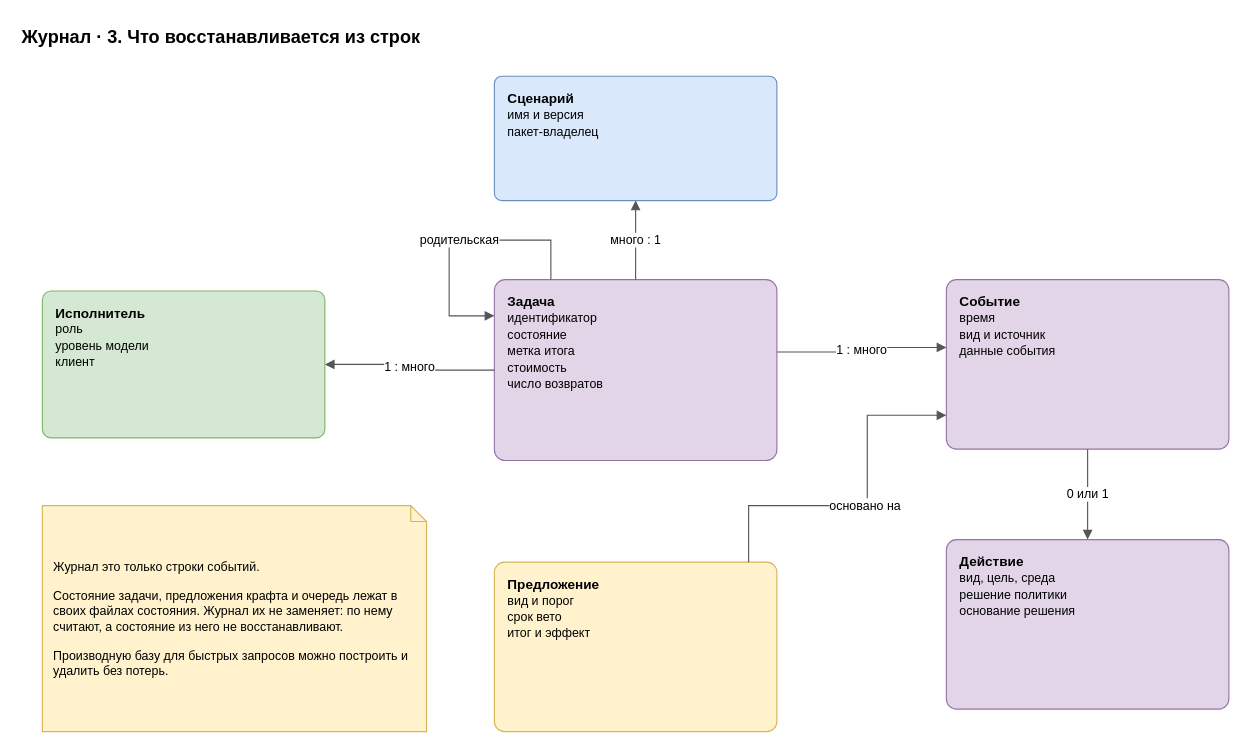
Before: page "3. Связи" (3 of 6) of docs/spec/harness-journal.drawio in roygkov/reins, a draw.io diagram. Source tidied: cells renumbered, new cells numbered last; positions are measured from the earlier drawing's top-left corner, leaving out a move shared by most shapes. Both pictures are drawn from the tidied source at 113%, with x=0, y=0 at pixel (19, 19).
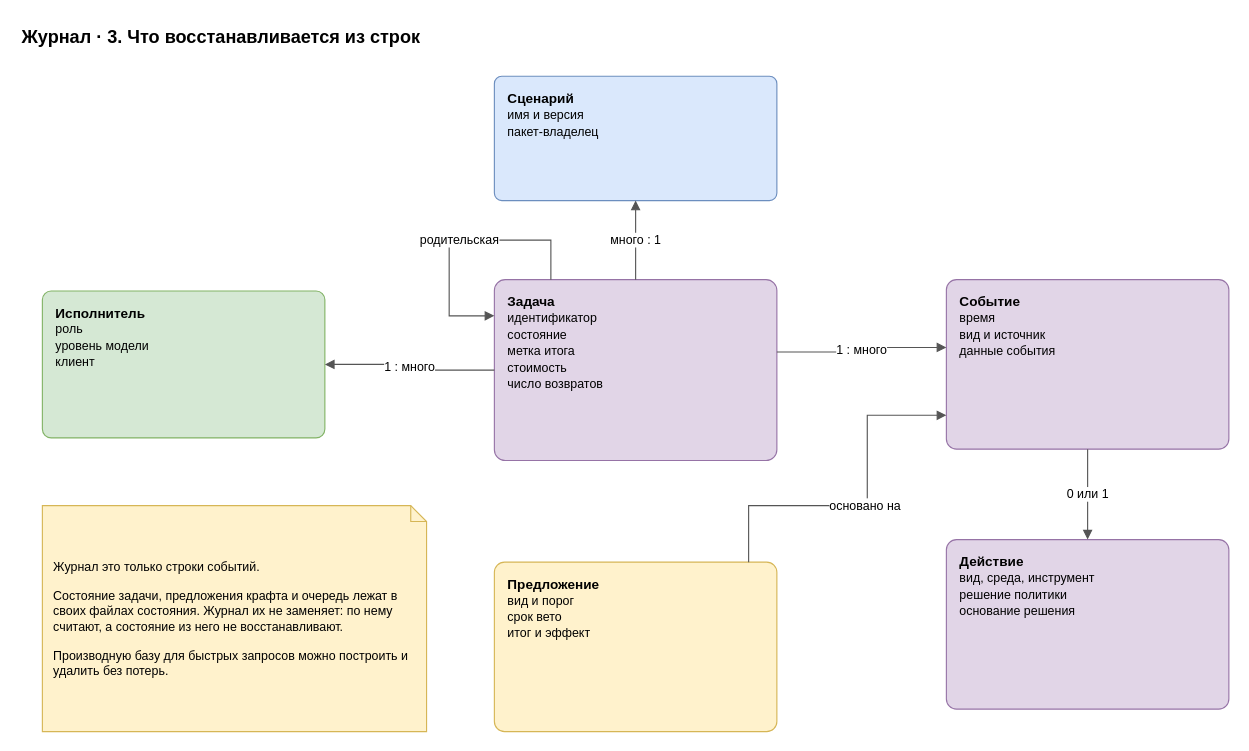
The same page after the edit.

The edit, as a diff of the source:
```diff
@@
 <mxGraphModel>
   <root>
     <mxCell id="0" />
     <mxCell id="1" parent="0" />
     <mxCell id="2" value="Журнал · 3. Что восстанавливается из строк" style="text;html=1;align=left;verticalAlign=middle;whiteSpace=wrap;fontSize=16;strokeColor=none;fillColor=none;fontStyle=1;" parent="1" vertex="1">
       <mxGeometry width="900" height="30" as="geometry" />
     </mxCell>
     <mxCell id="3" value="&lt;b&gt;Сценарий&lt;/b&gt;&lt;br&gt;&lt;font style=&quot;font-size:11px&quot;&gt;имя и версия&lt;br&gt;пакет-владелец&lt;/font&gt;" style="rounded=1;whiteSpace=wrap;html=1;fillColor=#dae8fc;strokeColor=#6c8ebf;arcSize=6;align=left;verticalAlign=top;spacingLeft=10;spacingTop=6;spacingRight=6;" parent="1" vertex="1">
       <mxGeometry x="420" y="50" width="250" height="110" as="geometry" />
     </mxCell>
     <mxCell id="4" value="&lt;b&gt;Задача&lt;/b&gt;&lt;br&gt;&lt;font style=&quot;font-size:11px&quot;&gt;идентификатор&lt;br&gt;состояние&lt;br&gt;метка итога&lt;br&gt;стоимость&lt;br&gt;число возвратов&lt;/font&gt;" style="rounded=1;whiteSpace=wrap;html=1;fillColor=#e1d5e7;strokeColor=#9673a6;arcSize=6;align=left;verticalAlign=top;spacingLeft=10;spacingTop=6;spacingRight=6;" parent="1" vertex="1">
       <mxGeometry x="420" y="230" width="250" height="160" as="geometry" />
     </mxCell>
     <mxCell id="5" value="&lt;b&gt;Исполнитель&lt;/b&gt;&lt;br&gt;&lt;font style=&quot;font-size:11px&quot;&gt;роль&lt;br&gt;уровень модели&lt;br&gt;клиент&lt;/font&gt;" style="rounded=1;whiteSpace=wrap;html=1;fillColor=#d5e8d4;strokeColor=#82b366;arcSize=6;align=left;verticalAlign=top;spacingLeft=10;spacingTop=6;spacingRight=6;" parent="1" vertex="1">
       <mxGeometry x="20" y="240" width="250" height="130" as="geometry" />
     </mxCell>
     <mxCell id="6" value="&lt;b&gt;Событие&lt;/b&gt;&lt;br&gt;&lt;font style=&quot;font-size:11px&quot;&gt;время&lt;br&gt;вид и источник&lt;br&gt;данные события&lt;/font&gt;" style="rounded=1;whiteSpace=wrap;html=1;fillColor=#e1d5e7;strokeColor=#9673a6;arcSize=6;align=left;verticalAlign=top;spacingLeft=10;spacingTop=6;spacingRight=6;" parent="1" vertex="1">
       <mxGeometry x="820" y="230" width="250" height="150" as="geometry" />
     </mxCell>
-    <mxCell id="7" value="&lt;b&gt;Действие&lt;/b&gt;&lt;br&gt;&lt;font style=&quot;font-size:11px&quot;&gt;вид, цель, среда&lt;br&gt;решение политики&lt;br&gt;основание решения&lt;/font&gt;" style="rounded=1;whiteSpace=wrap;html=1;fillColor=#e1d5e7;strokeColor=#9673a6;arcSize=6;align=left;verticalAlign=top;spacingLeft=10;spacingTop=6;spacingRight=6;" parent="1" vertex="1">
+    <mxCell id="7" value="&lt;b&gt;Действие&lt;/b&gt;&lt;br&gt;&lt;font style=&quot;font-size:11px&quot;&gt;вид, среда, инструмент&lt;br&gt;решение политики&lt;br&gt;основание решения&lt;/font&gt;" style="rounded=1;whiteSpace=wrap;html=1;fillColor=#e1d5e7;strokeColor=#9673a6;arcSize=6;align=left;verticalAlign=top;spacingLeft=10;spacingTop=6;spacingRight=6;" parent="1" vertex="1">
       <mxGeometry x="820" y="460" width="250" height="150" as="geometry" />
     </mxCell>
     <mxCell id="8" value="&lt;b&gt;Предложение&lt;/b&gt;&lt;br&gt;&lt;font style=&quot;font-size:11px&quot;&gt;вид и порог&lt;br&gt;срок вето&lt;br&gt;итог и эффект&lt;/font&gt;" style="rounded=1;whiteSpace=wrap;html=1;fillColor=#fff2cc;strokeColor=#d6b656;arcSize=6;align=left;verticalAlign=top;spacingLeft=10;spacingTop=6;spacingRight=6;" parent="1" vertex="1">
       <mxGeometry x="420" y="480" width="250" height="150" as="geometry" />
     </mxCell>
     <mxCell id="9" value="много : 1" style="edgeStyle=orthogonalEdgeStyle;rounded=0;html=1;endArrow=block;endFill=1;strokeColor=#555555;fontSize=11;labelBackgroundColor=#ffffff;exitX=0.5;exitY=0;entryX=0.5;entryY=1;" parent="1" edge="1" source="4" target="3">
       <mxGeometry relative="1" as="geometry" />
     </mxCell>
     <mxCell id="10" value="1 : много" style="edgeStyle=orthogonalEdgeStyle;rounded=0;html=1;endArrow=block;endFill=1;strokeColor=#555555;fontSize=11;labelBackgroundColor=#ffffff;exitX=0;exitY=0.5;entryX=1;entryY=0.5;" parent="1" edge="1" source="4" target="5">
       <mxGeometry relative="1" as="geometry" />
     </mxCell>
     <mxCell id="11" value="1 : много" style="edgeStyle=orthogonalEdgeStyle;rounded=0;html=1;endArrow=block;endFill=1;strokeColor=#555555;fontSize=11;labelBackgroundColor=#ffffff;exitX=1;exitY=0.4;entryX=0;entryY=0.4;" parent="1" edge="1" source="4" target="6">
       <mxGeometry relative="1" as="geometry" />
     </mxCell>
     <mxCell id="12" value="0 или 1" style="edgeStyle=orthogonalEdgeStyle;rounded=0;html=1;endArrow=block;endFill=1;strokeColor=#555555;fontSize=11;labelBackgroundColor=#ffffff;exitX=0.5;exitY=1;entryX=0.5;entryY=0;" parent="1" edge="1" source="6" target="7">
       <mxGeometry relative="1" as="geometry" />
     </mxCell>
     <mxCell id="13" value="основано на" style="edgeStyle=orthogonalEdgeStyle;rounded=0;html=1;endArrow=block;endFill=1;strokeColor=#555555;fontSize=11;labelBackgroundColor=#ffffff;exitX=0.9;exitY=0;entryX=0;entryY=0.8;" parent="1" edge="1" source="8" target="6">
       <mxGeometry relative="1" as="geometry">
         <Array as="points">
           <mxPoint x="645" y="430" />
           <mxPoint x="750" y="430" />
           <mxPoint x="750" y="350" />
         </Array>
       </mxGeometry>
     </mxCell>
     <mxCell id="14" value="родительская" style="edgeStyle=orthogonalEdgeStyle;rounded=0;html=1;endArrow=block;endFill=1;strokeColor=#555555;fontSize=11;labelBackgroundColor=#ffffff;exitX=0.2;exitY=0;entryX=0;entryY=0.2;" parent="1" edge="1" source="4" target="4">
       <mxGeometry relative="1" as="geometry">
         <Array as="points">
           <mxPoint x="470" y="195" />
           <mxPoint x="380" y="195" />
           <mxPoint x="380" y="262" />
         </Array>
       </mxGeometry>
     </mxCell>
     <mxCell id="15" value="Журнал это только строки событий.&lt;br&gt;&lt;br&gt;Состояние задачи, предложения крафта и очередь лежат в своих файлах состояния. Журнал их не заменяет: по нему считают, а состояние из него не восстанавливают.&lt;br&gt;&lt;br&gt;Производную базу для быстрых запросов можно построить и удалить без потерь." style="shape=note;whiteSpace=wrap;html=1;backgroundOutline=1;size=14;fillColor=#fff2cc;strokeColor=#d6b656;align=left;spacingLeft=8;spacingRight=8;fontSize=11;" parent="1" vertex="1">
       <mxGeometry x="20" y="430" width="340" height="200" as="geometry" />
     </mxCell>
   </root>
 </mxGraphModel>
```
